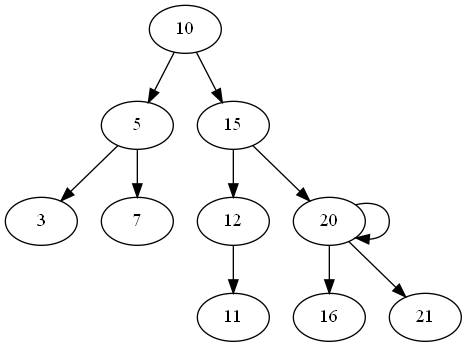
The Graphviz diagram dump.png in egor7531/Akinator, before a commit. Its source is kept beside it as Dump.dot. Its diagram source:
```dot
digraph Tree
{
rankdir = TB;
10->5->3;
5->7;
10->15->12->11;
12;
15->20->20->16;
20;
20->21;
}
```
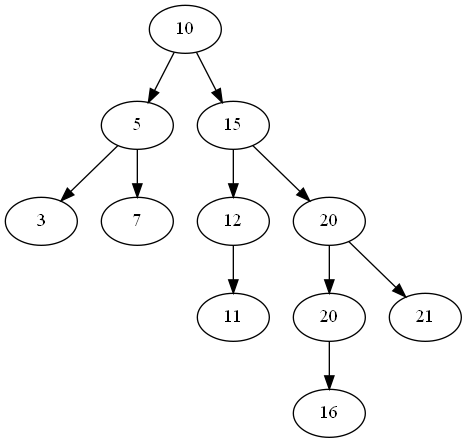
Above is the later version.

Change to the diagram source:
```diff
@@ -1,11 +1,25 @@
 digraph Tree
 {
 rankdir = TB;
-10->5->3;
-5->7;
-10->15->12->11;
-12;
-15->20->20->16;
-20;
-20->21;
+node_15865200 [label = "10"];
+node_15865200 -> node_15865224;
+node_15865224 [label = "5"];
+node_15865224 -> node_15865344;
+node_15865344 [label = "3"];
+node_15865224 -> node_15865416;
+node_15865416 [label = "7"];
+node_15865200 -> node_15865248;
+node_15865248 [label = "15"];
+node_15865248 -> node_15865272;
+node_15865272 [label = "12"];
+node_15865272 -> node_15865320;
+node_15865320 [label = "11"];
+node_15865248 -> node_15865296;
+node_15865296 [label = "20"];
+node_15865296 -> node_15865368;
+node_15865368 [label = "20"];
+node_15865368 -> node_15865392;
+node_15865392 [label = "16"];
+node_15865296 -> node_15865440;
+node_15865440 [label = "21"];
 }
```
